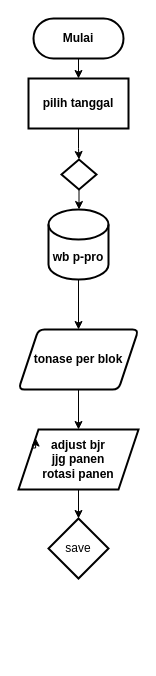
The draw.io diagram Diagram Tanpa Judul.drawio in L30RZ/Flowchart, before the edit. Source tidied: cells renumbered, new cells numbered last; positions are measured from the earlier drawing's top-left corner, leaving out a move shared by most shapes. Both pictures are drawn from the tidied source at 100%, with x=0, y=0 at pixel (18, 18).
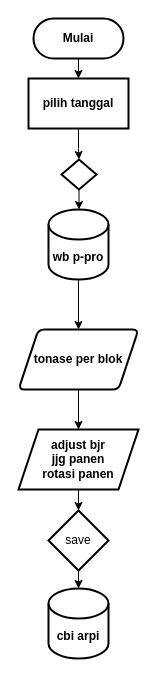
After the change.

Commit message:
Digitalisasi report ED.drawio

Diff of the diagram source:
```diff
@@
 <mxGraphModel>
   <root>
     <mxCell id="0" />
     <mxCell id="1" parent="0" />
     <mxCell id="2" value="Mulai" style="rounded=1;whiteSpace=wrap;html=1;arcSize=50;strokeWidth=2;fontStyle=1;" parent="1" vertex="1">
       <mxGeometry x="15" width="90" height="40" as="geometry" />
     </mxCell>
     <mxCell id="3" style="edgeStyle=orthogonalEdgeStyle;rounded=0;jettySize=auto;html=1;" parent="1" edge="1" source="4" target="6">
       <mxGeometry relative="1" as="geometry" />
     </mxCell>
     <mxCell id="4" value="pilih tanggal" style="rounded=1;whiteSpace=wrap;html=1;strokeWidth=2;arcSize=0;fontStyle=1;" parent="1" vertex="1">
       <mxGeometry x="10" y="60" width="100" height="50" as="geometry" />
     </mxCell>
     <mxCell id="5" style="edgeStyle=orthogonalEdgeStyle;rounded=0;jettySize=auto;html=1;exitX=0.5;exitY=1;exitDx=0;exitDy=0;entryX=0.5;entryY=0;entryDx=0;entryDy=0;" parent="1" edge="1" source="2" target="4">
       <mxGeometry relative="1" as="geometry" />
     </mxCell>
     <mxCell id="6" style="rhombus;whiteSpace=wrap;html=1;rounded=1;strokeWidth=2;arcSize=0;fontStyle=1;" parent="1" vertex="1">
       <mxGeometry x="43" y="141" width="35" height="30" as="geometry" />
     </mxCell>
     <mxCell id="7" value="wb p-pro" style="shape=cylinder3;whiteSpace=wrap;html=1;boundedLbl=1;backgroundOutline=1;size=15;strokeWidth=2;rounded=1;arcSize=12;fontStyle=1;" parent="1" vertex="1">
       <mxGeometry x="30" y="191" width="60" height="70" as="geometry" />
     </mxCell>
     <mxCell id="8" style="edgeStyle=orthogonalEdgeStyle;rounded=0;jettySize=auto;html=1;exitX=0.5;exitY=1;exitDx=0;exitDy=0;entryX=0.5;entryY=0;entryDx=0;entryDy=0;" parent="1" edge="1" source="9" target="13">
       <mxGeometry relative="1" as="geometry" />
     </mxCell>
     <mxCell id="9" value="tonase per blok &lt;br&gt;" style="shape=parallelogram;perimeter=parallelogramPerimeter;whiteSpace=wrap;html=1;fixedSize=1;strokeWidth=2;rounded=1;arcSize=12;fontStyle=1;" parent="1" vertex="1">
       <mxGeometry y="311" width="120" height="60" as="geometry" />
     </mxCell>
     <mxCell id="10" style="edgeStyle=orthogonalEdgeStyle;rounded=0;jettySize=auto;html=1;entryX=0.5;entryY=0;entryDx=0;entryDy=0;" parent="1" edge="1" source="7" target="9">
       <mxGeometry relative="1" as="geometry" />
     </mxCell>
     <mxCell id="11" style="edgeStyle=orthogonalEdgeStyle;rounded=0;jettySize=auto;html=1;entryX=0.5;entryY=0;entryDx=0;entryDy=0;entryPerimeter=0;" parent="1" edge="1" source="6" target="7">
       <mxGeometry relative="1" as="geometry" />
     </mxCell>
     <mxCell id="12" style="edgeStyle=orthogonalEdgeStyle;rounded=0;jettySize=auto;html=1;exitX=0.5;exitY=1;exitDx=0;exitDy=0;entryX=0.5;entryY=0;entryDx=0;entryDy=0;entryPerimeter=0;" parent="1" edge="1" source="13" target="14">
       <mxGeometry relative="1" as="geometry" />
     </mxCell>
     <mxCell id="13" value="adjust bjr&lt;br&gt;jjg panen&lt;br&gt;rotasi panen&lt;br&gt;" style="shape=parallelogram;perimeter=parallelogramPerimeter;whiteSpace=wrap;html=1;fixedSize=1;strokeWidth=2;rounded=1;arcSize=0;fontStyle=1;" parent="1" vertex="1">
       <mxGeometry y="411" width="120" height="60" as="geometry" />
     </mxCell>
+    <mxCell id="16" style="edgeStyle=orthogonalEdgeStyle;rounded=0;jettySize=auto;html=1;exitX=0.5;exitY=1;exitDx=0;exitDy=0;exitPerimeter=0;entryX=0.5;entryY=0;entryDx=0;entryDy=0;entryPerimeter=0;" parent="1" edge="1" source="14" target="17">
+      <mxGeometry relative="1" as="geometry" />
+    </mxCell>
     <mxCell id="14" value="save" style="strokeWidth=2;html=1;shape=mxgraph.flowchart.decision;whiteSpace=wrap;" parent="1" vertex="1">
-      <mxGeometry x="30" y="500" width="60" height="60" as="geometry" />
+      <mxGeometry x="30" y="492" width="60" height="60" as="geometry" />
     </mxCell>
-    <mxCell id="15" style="edgeStyle=orthogonalEdgeStyle;rounded=0;orthogonalLoop=1;jettySize=auto;html=1;exitX=0;exitY=0.25;exitDx=0;exitDy=0;entryX=0;entryY=0;entryDx=0;entryDy=0;" parent="1" edge="1" source="13" target="13">
-      <mxGeometry relative="1" as="geometry" />
-    </mxCell>
+    <mxCell id="17" value="cbi arpi" style="shape=cylinder3;whiteSpace=wrap;html=1;boundedLbl=1;backgroundOutline=1;size=15;strokeWidth=2;rounded=1;arcSize=12;fontStyle=1;" parent="1" vertex="1">
+      <mxGeometry x="30" y="570" width="60" height="70" as="geometry" />
+    </mxCell>
   </root>
 </mxGraphModel>
```
